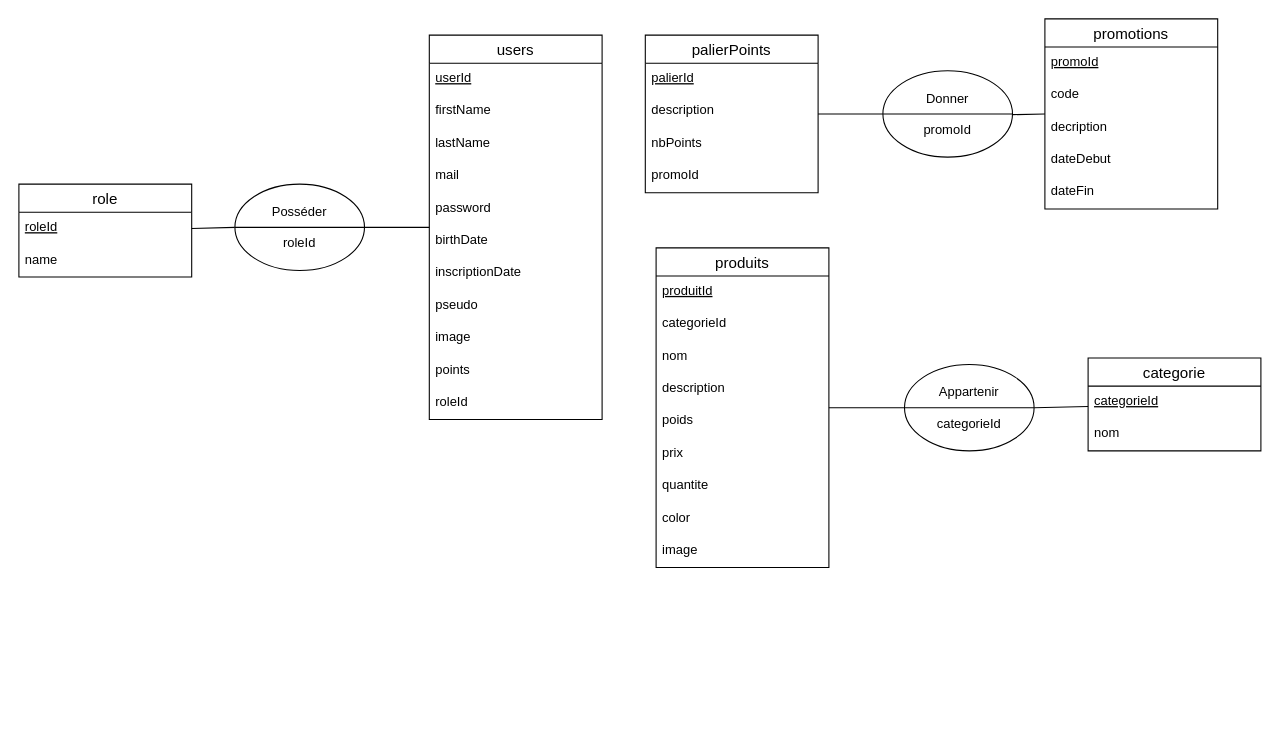
The draw.io diagram page "MCD 2" (2 of 4) of BDD.drawio in Benji290402/TpPHP-SQL, before the edit. Source tidied: cells renumbered, new cells numbered last; positions are measured from the earlier drawing's top-left corner, leaving out a move shared by most shapes. Both pictures are drawn from the tidied source at 108%, with x=0, y=0 at pixel (18, 18).
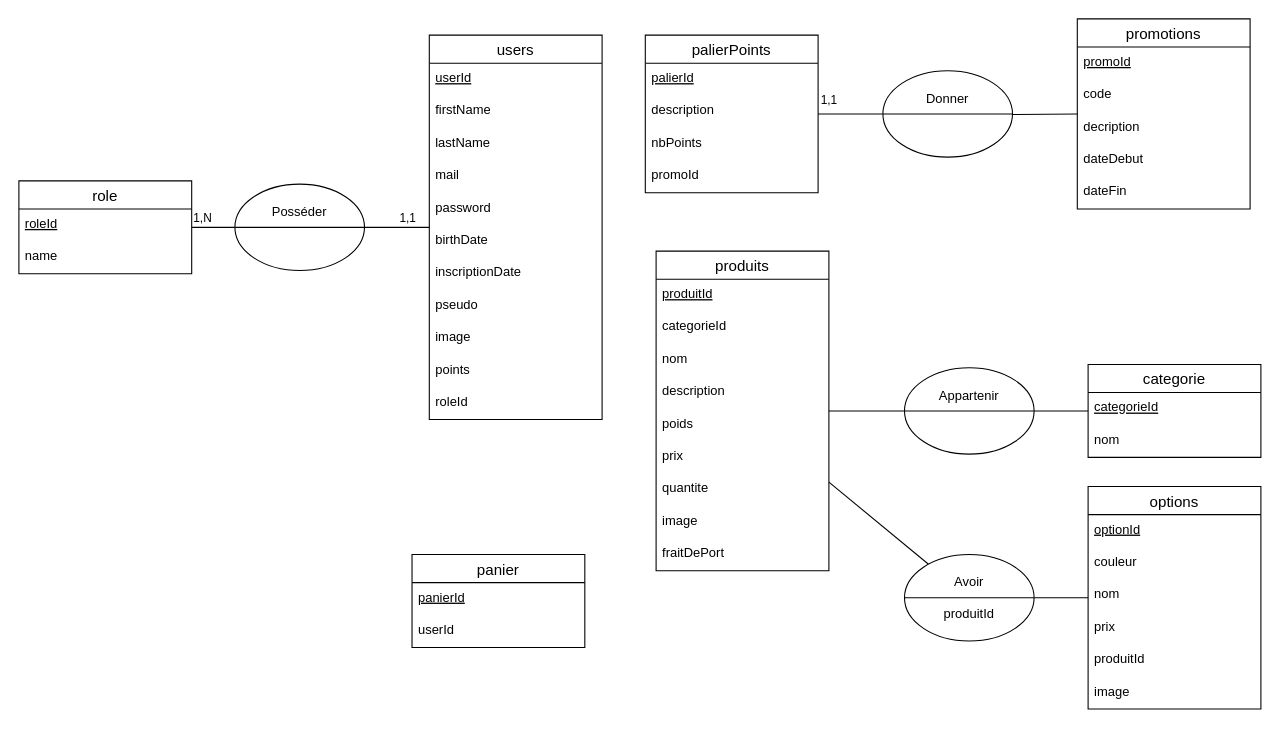
Above is the later version.

The change refers to these unchanged cells:
```xml
<mxCell id="2" value="users" style="swimlane;fontStyle=0;horizontal=1;startSize=26;align=center;fontSize=14;" parent="1" vertex="1">
  <mxGeometry x="380" y="15" width="160" height="356" as="geometry" />
</mxCell>
<mxCell id="21" value="palierPoints" style="swimlane;fontStyle=0;horizontal=1;startSize=26;align=center;fontSize=14;" parent="1" vertex="1">
  <mxGeometry x="580" y="15" width="160" height="146" as="geometry" />
</mxCell>
```

Diff of the diagram source:
```diff
@@
     <mxCell id="14" value="role" style="swimlane;fontStyle=0;horizontal=1;startSize=26;align=center;fontSize=14;" parent="1" vertex="1">
-      <mxGeometry y="153" width="160" height="86" as="geometry" />
+      <mxGeometry y="150" width="160" height="86" as="geometry" />
     </mxCell>
@@
-    <mxCell id="17" style="edgeStyle=none;rounded=0;jettySize=auto;html=1;exitX=1;exitY=0.5;exitDx=0;exitDy=0;endArrow=none;endFill=0;" parent="1" edge="1" source="19" target="2">
-      <mxGeometry relative="1" as="geometry" />
+    <mxCell id="17" value="1,1" style="edgeStyle=none;rounded=0;jettySize=auto;html=1;endArrow=none;endFill=0;" parent="1" edge="1" source="19" target="2">
+      <mxGeometry x="0.33" y="8" relative="1" as="geometry" />
     </mxCell>
-    <mxCell id="18" style="edgeStyle=none;rounded=0;jettySize=auto;html=1;exitX=0;exitY=0.5;exitDx=0;exitDy=0;endArrow=none;endFill=0;" parent="1" edge="1" source="19" target="14">
-      <mxGeometry relative="1" as="geometry" />
+    <mxCell id="18" value="1,N" style="edgeStyle=none;rounded=0;jettySize=auto;html=1;endArrow=none;endFill=0;" parent="1" edge="1" source="19" target="14">
+      <mxGeometry x="0.5" y="-8" relative="1" as="geometry" />
     </mxCell>
-    <mxCell id="19" value="&lt;div&gt;Posséder&lt;/div&gt;&lt;div&gt;&lt;br&gt;&lt;/div&gt;&lt;div&gt;roleId&lt;br&gt;&lt;/div&gt;" style="ellipse;whiteSpace=wrap;html=1;" parent="1" vertex="1">
+    <mxCell id="19" value="&lt;div&gt;Posséder&lt;/div&gt;&lt;div&gt;&lt;br&gt;&lt;/div&gt;&lt;div&gt;&lt;br&gt;&lt;/div&gt;" style="ellipse;whiteSpace=wrap;html=1;" parent="1" vertex="1">
       <mxGeometry x="200" y="153" width="120" height="80" as="geometry" />
     </mxCell>
@@
     <mxCell id="26" value="promotions" style="swimlane;fontStyle=0;horizontal=1;startSize=26;align=center;fontSize=14;" parent="1" vertex="1">
-      <mxGeometry x="950" width="160" height="176" as="geometry" />
+      <mxGeometry x="980" width="160" height="176" as="geometry" />
     </mxCell>
@@
-    <mxCell id="32" style="edgeStyle=none;rounded=0;jettySize=auto;html=1;endArrow=none;endFill=0;" parent="1" edge="1" source="34" target="21">
-      <mxGeometry relative="1" as="geometry" />
+    <mxCell id="32" value="1,1" style="edgeStyle=none;rounded=0;jettySize=auto;html=1;endArrow=none;endFill=0;" parent="1" edge="1" source="34" target="21">
+      <mxGeometry x="0.67" y="-13" relative="1" as="geometry" />
     </mxCell>
@@
-    <mxCell id="34" value="&lt;div&gt;Donner&lt;/div&gt;&lt;div&gt;&lt;br&gt;&lt;/div&gt;&lt;div&gt;promoId&lt;br&gt;&lt;/div&gt;" style="ellipse;whiteSpace=wrap;html=1;" parent="1" vertex="1">
+    <mxCell id="34" value="&lt;div&gt;Donner&lt;/div&gt;&lt;div&gt;&lt;br&gt;&lt;/div&gt;&lt;div&gt;&lt;br&gt;&lt;/div&gt;" style="ellipse;whiteSpace=wrap;html=1;" parent="1" vertex="1">
       <mxGeometry x="800" y="48" width="120" height="80" as="geometry" />
     </mxCell>
@@
     <mxCell id="36" value="produits" style="swimlane;fontStyle=0;horizontal=1;startSize=26;align=center;fontSize=14;" parent="1" vertex="1">
-      <mxGeometry x="590" y="212" width="160" height="296" as="geometry" />
+      <mxGeometry x="590" y="215" width="160" height="296" as="geometry" />
     </mxCell>
@@
-    <mxCell id="44" value="color" style="text;strokeColor=none;fillColor=none;spacingLeft=4;spacingRight=4;overflow=hidden;fontSize=12;" parent="36" vertex="1">
-      <mxGeometry y="236" width="160" height="30" as="geometry" />
-    </mxCell>
     <mxCell id="45" value="image" style="text;strokeColor=none;fillColor=none;spacingLeft=4;spacingRight=4;overflow=hidden;fontSize=12;" parent="36" vertex="1">
-      <mxGeometry y="266" width="160" height="30" as="geometry" />
+      <mxGeometry y="236" width="160" height="30" as="geometry" />
     </mxCell>
+    <mxCell id="53" value="fraitDePort" style="text;strokeColor=none;fillColor=none;spacingLeft=4;spacingRight=4;overflow=hidden;fontSize=12;" parent="36" vertex="1">
+      <mxGeometry y="266" width="160" height="30" as="geometry" />
+    </mxCell>
     <mxCell id="46" value="categorie" style="swimlane;fontStyle=0;horizontal=1;startSize=26;align=center;fontSize=14;" parent="1" vertex="1">
-      <mxGeometry x="990" y="314" width="160" height="86" as="geometry" />
+      <mxGeometry x="990" y="320" width="160" height="86" as="geometry" />
     </mxCell>
@@
-    <mxCell id="51" value="&lt;div&gt;Appartenir&lt;/div&gt;&lt;div&gt;&lt;br&gt;&lt;/div&gt;&lt;div&gt;categorieId&lt;br&gt;&lt;/div&gt;" style="ellipse;whiteSpace=wrap;html=1;" parent="1" vertex="1">
-      <mxGeometry x="820" y="320" width="120" height="80" as="geometry" />
+    <mxCell id="51" value="&lt;div&gt;Appartenir&lt;/div&gt;&lt;div&gt;&lt;br&gt;&lt;/div&gt;&lt;div&gt;&lt;br&gt;&lt;/div&gt;" style="ellipse;whiteSpace=wrap;html=1;" parent="1" vertex="1">
+      <mxGeometry x="820" y="323" width="120" height="80" as="geometry" />
     </mxCell>
@@
+    <mxCell id="54" value="options" style="swimlane;fontStyle=0;horizontal=1;startSize=26;align=center;fontSize=14;" parent="1" vertex="1">
+      <mxGeometry x="990" y="433" width="160" height="206" as="geometry" />
+    </mxCell>
+    <mxCell id="55" value="optionId" style="text;strokeColor=none;fillColor=none;spacingLeft=4;spacingRight=4;overflow=hidden;fontSize=12;fontStyle=4;" parent="54" vertex="1">
+      <mxGeometry y="26" width="160" height="30" as="geometry" />
+    </mxCell>
+    <mxCell id="56" value="couleur" style="text;strokeColor=none;fillColor=none;spacingLeft=4;spacingRight=4;overflow=hidden;fontSize=12;" parent="54" vertex="1">
+      <mxGeometry y="56" width="160" height="30" as="geometry" />
+    </mxCell>
+    <mxCell id="57" value="nom" style="text;strokeColor=none;fillColor=none;spacingLeft=4;spacingRight=4;overflow=hidden;fontSize=12;" parent="54" vertex="1">
+      <mxGeometry y="86" width="160" height="30" as="geometry" />
+    </mxCell>
+    <mxCell id="58" value="prix" style="text;strokeColor=none;fillColor=none;spacingLeft=4;spacingRight=4;overflow=hidden;fontSize=12;" parent="54" vertex="1">
+      <mxGeometry y="116" width="160" height="30" as="geometry" />
+    </mxCell>
+    <mxCell id="59" value="produitId" style="text;strokeColor=none;fillColor=none;spacingLeft=4;spacingRight=4;overflow=hidden;fontSize=12;" parent="54" vertex="1">
+      <mxGeometry y="146" width="160" height="30" as="geometry" />
+    </mxCell>
+    <mxCell id="60" value="image" style="text;strokeColor=none;fillColor=none;spacingLeft=4;spacingRight=4;overflow=hidden;fontSize=12;" parent="54" vertex="1">
+      <mxGeometry y="176" width="160" height="30" as="geometry" />
+    </mxCell>
+    <mxCell id="61" style="edgeStyle=none;rounded=0;jettySize=auto;html=1;fontSize=67;fontColor=#FF99CC;endArrow=none;endFill=0;" parent="1" edge="1" source="63" target="36">
+      <mxGeometry relative="1" as="geometry" />
+    </mxCell>
+    <mxCell id="62" style="edgeStyle=none;rounded=0;jettySize=auto;html=1;fontSize=67;fontColor=#FF99CC;endArrow=none;endFill=0;" parent="1" edge="1" source="63" target="54">
+      <mxGeometry relative="1" as="geometry" />
+    </mxCell>
+    <mxCell id="63" value="&lt;div&gt;Avoir&lt;/div&gt;&lt;div&gt;&lt;br&gt;&lt;/div&gt;&lt;div&gt;produitId&lt;br&gt;&lt;/div&gt;" style="ellipse;whiteSpace=wrap;html=1;" parent="1" vertex="1">
+      <mxGeometry x="820" y="496" width="120" height="80" as="geometry" />
+    </mxCell>
+    <mxCell id="64" style="edgeStyle=none;rounded=0;orthogonalLoop=1;jettySize=auto;html=1;exitX=0;exitY=0.5;exitDx=0;exitDy=0;entryX=1;entryY=0.5;entryDx=0;entryDy=0;fontSize=67;fontColor=#FF99CC;endArrow=none;endFill=0;" parent="1" edge="1" source="63" target="63">
+      <mxGeometry relative="1" as="geometry" />
+    </mxCell>
+    <mxCell id="65" value="panier" style="swimlane;fontStyle=0;horizontal=1;startSize=26;align=center;fontSize=14;" parent="1" vertex="1">
+      <mxGeometry x="364" y="496" width="160" height="86" as="geometry" />
+    </mxCell>
+    <mxCell id="66" value="panierId" style="text;strokeColor=none;fillColor=none;spacingLeft=4;spacingRight=4;overflow=hidden;fontSize=12;fontStyle=4;" parent="65" vertex="1">
+      <mxGeometry y="26" width="160" height="30" as="geometry" />
+    </mxCell>
+    <mxCell id="67" value="userId" style="text;strokeColor=none;fillColor=none;spacingLeft=4;spacingRight=4;overflow=hidden;fontSize=12;" parent="65" vertex="1">
+      <mxGeometry y="56" width="160" height="30" as="geometry" />
+    </mxCell>
```
